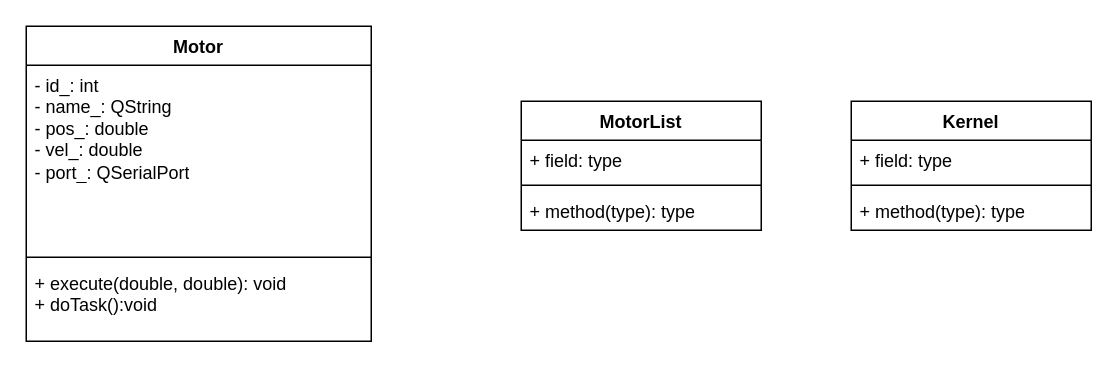
Above: 未命名绘图.drawio in Shi-Yueyang/nanhang-motor-qt (draw.io), before the change. Source tidied: cells renumbered, new cells numbered last; positions are measured from the earlier drawing's top-left corner, leaving out a move shared by most shapes. Both pictures are drawn from the tidied source at 150%, with x=0, y=0 at pixel (26, 26).
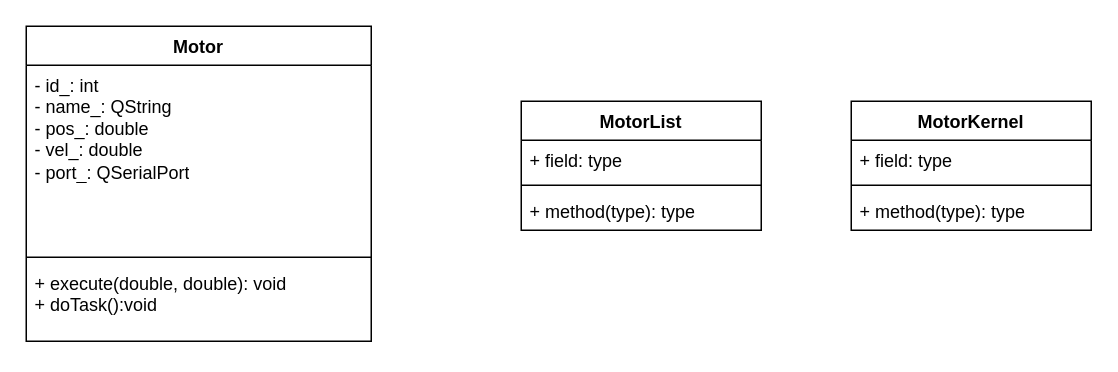
The same page after the edit.

Commit message (it also covers changes not shown here):
更新未命名绘图.drawio

Change to the diagram source:
```diff
@@
 <mxGraphModel>
   <root>
     <mxCell id="0" />
     <mxCell id="1" parent="0" />
-    <mxCell id="2" value="Kernel" style="swimlane;fontStyle=1;align=center;verticalAlign=top;horizontal=1;startSize=26;whiteSpace=wrap;html=1;" parent="1" vertex="1">
+    <mxCell id="2" value="MotorKernel" style="swimlane;fontStyle=1;align=center;verticalAlign=top;horizontal=1;startSize=26;whiteSpace=wrap;html=1;" parent="1" vertex="1">
       <mxGeometry x="550" y="50" width="160" height="86" as="geometry" />
     </mxCell>
     <mxCell id="3" value="+ field: type" style="text;strokeColor=none;fillColor=none;align=left;verticalAlign=top;spacingLeft=4;spacingRight=4;overflow=hidden;whiteSpace=wrap;html=1;" parent="2" vertex="1">
       <mxGeometry y="26" width="160" height="26" as="geometry" />
     </mxCell>
     <mxCell id="4" style="line;strokeWidth=1;fillColor=none;align=left;verticalAlign=middle;spacingTop=-1;spacingLeft=3;spacingRight=3;labelPosition=right;strokeColor=inherit;" parent="2" vertex="1">
       <mxGeometry y="52" width="160" height="8" as="geometry" />
     </mxCell>
     <mxCell id="5" value="+ method(type): type" style="text;strokeColor=none;fillColor=none;align=left;verticalAlign=top;spacingLeft=4;spacingRight=4;overflow=hidden;whiteSpace=wrap;html=1;" parent="2" vertex="1">
       <mxGeometry y="60" width="160" height="26" as="geometry" />
     </mxCell>
     <mxCell id="6" value="MotorList" style="swimlane;fontStyle=1;align=center;verticalAlign=top;horizontal=1;startSize=26;whiteSpace=wrap;html=1;" parent="1" vertex="1">
       <mxGeometry x="330" y="50" width="160" height="86" as="geometry" />
     </mxCell>
     <mxCell id="7" value="+ field: type" style="text;strokeColor=none;fillColor=none;align=left;verticalAlign=top;spacingLeft=4;spacingRight=4;overflow=hidden;whiteSpace=wrap;html=1;" parent="6" vertex="1">
       <mxGeometry y="26" width="160" height="26" as="geometry" />
     </mxCell>
     <mxCell id="8" style="line;strokeWidth=1;fillColor=none;align=left;verticalAlign=middle;spacingTop=-1;spacingLeft=3;spacingRight=3;labelPosition=right;strokeColor=inherit;" parent="6" vertex="1">
       <mxGeometry y="52" width="160" height="8" as="geometry" />
     </mxCell>
     <mxCell id="9" value="+ method(type): type" style="text;strokeColor=none;fillColor=none;align=left;verticalAlign=top;spacingLeft=4;spacingRight=4;overflow=hidden;whiteSpace=wrap;html=1;" parent="6" vertex="1">
       <mxGeometry y="60" width="160" height="26" as="geometry" />
     </mxCell>
     <mxCell id="10" value="Motor" style="swimlane;fontStyle=1;align=center;verticalAlign=top;horizontal=1;startSize=26;whiteSpace=wrap;html=1;" parent="1" vertex="1">
       <mxGeometry width="230" height="210" as="geometry" />
     </mxCell>
     <mxCell id="11" value="- id_: int&lt;br&gt;- name_: QString&lt;br&gt;- pos_: double&lt;br&gt;- vel_: double&lt;br&gt;- port_:&amp;nbsp;QSerialPort" style="text;strokeColor=none;fillColor=none;align=left;verticalAlign=top;spacingLeft=4;spacingRight=4;overflow=hidden;whiteSpace=wrap;html=1;" parent="10" vertex="1">
       <mxGeometry y="26" width="230" height="124" as="geometry" />
     </mxCell>
     <mxCell id="12" style="line;strokeWidth=1;fillColor=none;align=left;verticalAlign=middle;spacingTop=-1;spacingLeft=3;spacingRight=3;labelPosition=right;strokeColor=inherit;" parent="10" vertex="1">
       <mxGeometry y="150" width="230" height="8" as="geometry" />
     </mxCell>
     <mxCell id="13" value="+ execute(double, double): void&lt;br&gt;+ doTask():void" style="text;strokeColor=none;fillColor=none;align=left;verticalAlign=top;spacingLeft=4;spacingRight=4;overflow=hidden;whiteSpace=wrap;html=1;" parent="10" vertex="1">
       <mxGeometry y="158" width="230" height="52" as="geometry" />
     </mxCell>
   </root>
 </mxGraphModel>
```
